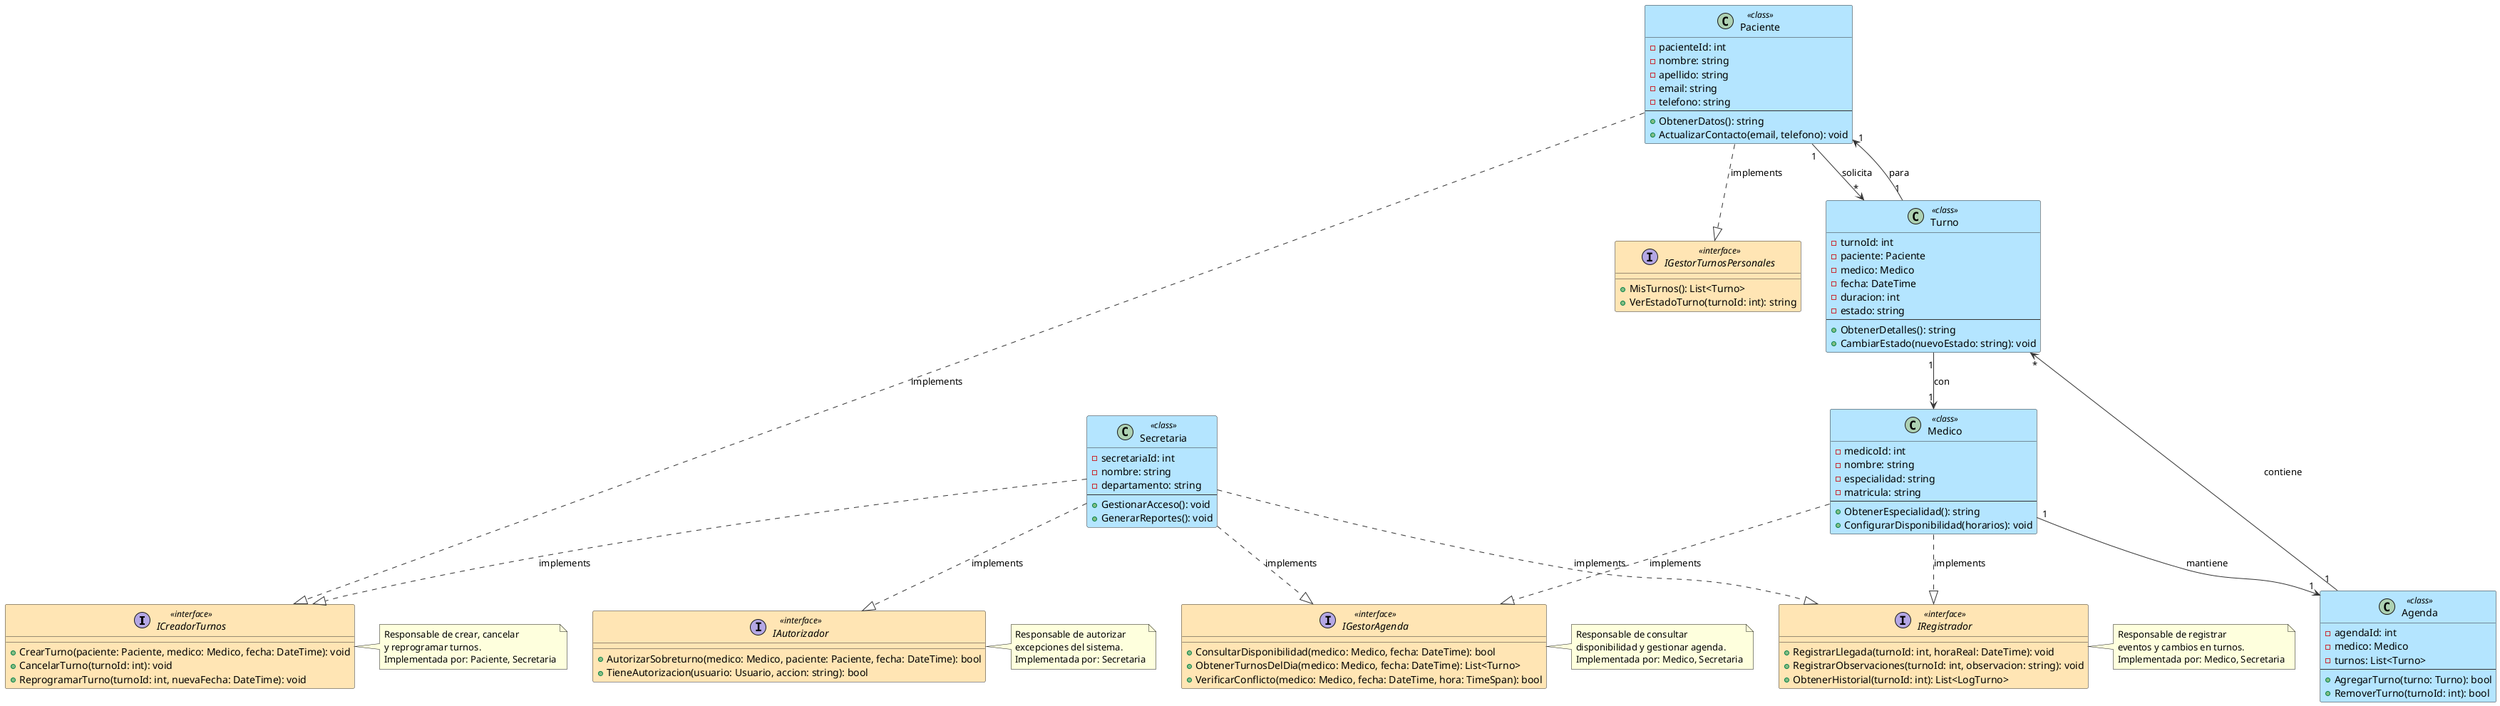
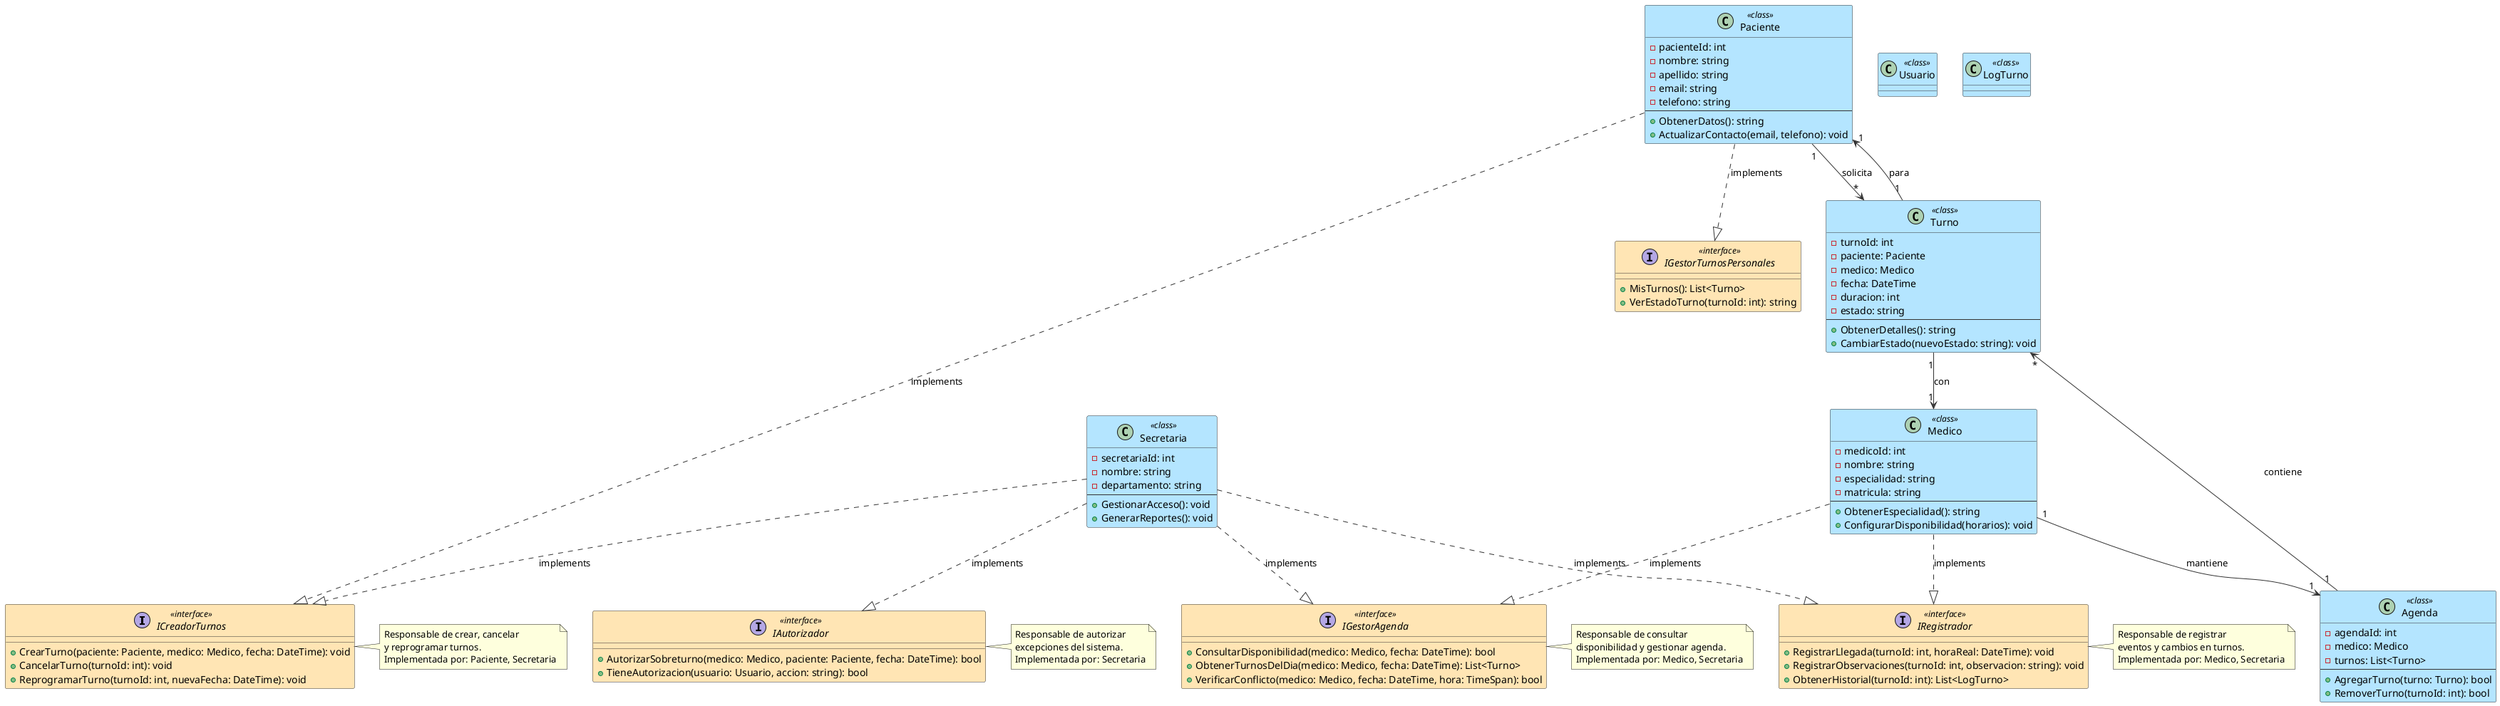
@startuml 01-solid-04-isp
!define ABSTRACT_COLOR #E1D5FF
!define INTERFACE_COLOR #FFE5B4
!define CLASS_COLOR #B4E5FF

skinparam class {
    BackgroundColor<<interface>> INTERFACE_COLOR
    BackgroundColor<<abstract>> ABSTRACT_COLOR
    BackgroundColor CLASS_COLOR
    BorderColor #333333
    ArrowColor #333333
}

' Interfaces segregadas
interface ICreadorTurnos <<interface>> {
    +CrearTurno(paciente: Paciente, medico: Medico, fecha: DateTime): void
    +CancelarTurno(turnoId: int): void
    +ReprogramarTurno(turnoId: int, nuevaFecha: DateTime): void
}

interface IGestorAgenda <<interface>> {
    +ConsultarDisponibilidad(medico: Medico, fecha: DateTime): bool
    +ObtenerTurnosDelDia(medico: Medico, fecha: DateTime): List<Turno>
    +VerificarConflicto(medico: Medico, fecha: DateTime, hora: TimeSpan): bool
}

interface IGestorTurnosPersonales <<interface>> {
    +MisTurnos(): List<Turno>
    +VerEstadoTurno(turnoId: int): string
}

interface IAutorizador <<interface>> {
    +AutorizarSobreturno(medico: Medico, paciente: Paciente, fecha: DateTime): bool
    +TieneAutorizacion(usuario: Usuario, accion: string): bool
}

interface IRegistrador <<interface>> {
    +RegistrarLlegada(turnoId: int, horaReal: DateTime): void
    +RegistrarObservaciones(turnoId: int, observacion: string): void
    +ObtenerHistorial(turnoId: int): List<LogTurno>
}
+ 
+ class Usuario <<class>>
+ class LogTurno <<class>>

' Clases concretas
class Paciente <<class>> {
    -pacienteId: int
    -nombre: string
    -apellido: string
    -email: string
    -telefono: string
    --
    +ObtenerDatos(): string
    +ActualizarContacto(email, telefono): void
}

class Medico <<class>> {
    -medicoId: int
    -nombre: string
    -especialidad: string
    -matricula: string
    --
    +ObtenerEspecialidad(): string
    +ConfigurarDisponibilidad(horarios): void
}

class Secretaria <<class>> {
    -secretariaId: int
    -nombre: string
    -departamento: string
    --
    +GestionarAcceso(): void
    +GenerarReportes(): void
}

class Turno <<class>> {
    -turnoId: int
    -paciente: Paciente
    -medico: Medico
    -fecha: DateTime
    -duracion: int
    -estado: string
    --
    +ObtenerDetalles(): string
    +CambiarEstado(nuevoEstado: string): void
}

class Agenda <<class>> {
    -agendaId: int
    -medico: Medico
    -turnos: List<Turno>
    --
    +AgregarTurno(turno: Turno): bool
    +RemoverTurno(turnoId: int): bool
}

' Implementaciones
Paciente ..|> ICreadorTurnos : implements
Paciente ..|> IGestorTurnosPersonales : implements

Medico ..|> IGestorAgenda : implements
Medico ..|> IRegistrador : implements

Secretaria ..|> ICreadorTurnos : implements
Secretaria ..|> IGestorAgenda : implements
Secretaria ..|> IAutorizador : implements
Secretaria ..|> IRegistrador : implements

' Relaciones de asociación
Paciente "1" --> "*" Turno : solicita
Medico "1" --> "1" Agenda : mantiene
Agenda "1" --> "*" Turno : contiene
Turno "1" --> "1" Paciente : para
Turno "1" --> "1" Medico : con

' Notas
note right of ICreadorTurnos
  Responsable de crear, cancelar
  y reprogramar turnos.
  Implementada por: Paciente, Secretaria
end note

note right of IGestorAgenda
  Responsable de consultar
  disponibilidad y gestionar agenda.
  Implementada por: Medico, Secretaria
end note

note right of IAutorizador
  Responsable de autorizar
  excepciones del sistema.
  Implementada por: Secretaria
end note

note right of IRegistrador
  Responsable de registrar
  eventos y cambios en turnos.
  Implementada por: Medico, Secretaria
end note

@enduml
